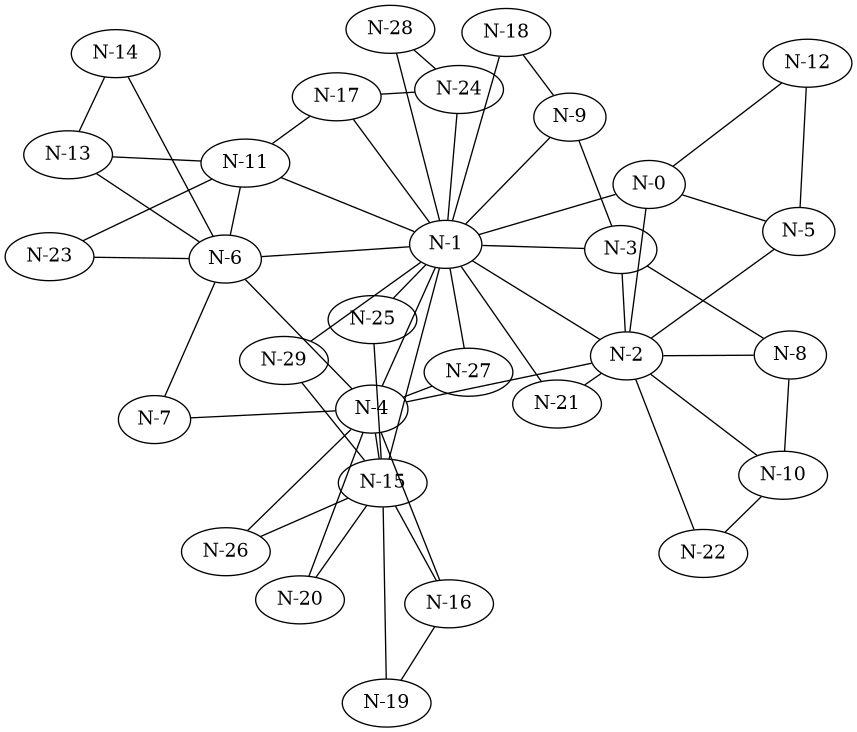
Earlier version of the Graphviz export doc/30-nodos/Grafo-Dorogovtsev-Mendes-No-Dirigido-n=30.png (ArielXL/daa-b25). Its source is kept beside it as doc/30-nodos/Grafo-Dorogovtsev-Mendes-No-Dirigido-n=30.dot. Source of this version:
```dot
graph G {
    "N-0";
    "N-1";
    "N-2";
    "N-3";
    "N-4";
    "N-5";
    "N-6";
    "N-7";
    "N-8";
    "N-9";
    "N-10";
    "N-11";
    "N-12";
    "N-13";
    "N-14";
    "N-15";
    "N-16";
    "N-17";
    "N-18";
    "N-19";
    "N-20";
    "N-21";
    "N-22";
    "N-23";
    "N-24";
    "N-25";
    "N-26";
    "N-27";
    "N-28";
    "N-29";
    "N-0" -- "N-1";
    "N-0" -- "N-2";
    "N-0" -- "N-5";
    "N-0" -- "N-12";
    "N-1" -- "N-2";
    "N-1" -- "N-3";
    "N-1" -- "N-4";
    "N-1" -- "N-6";
    "N-1" -- "N-9";
    "N-1" -- "N-11";
    "N-1" -- "N-15";
    "N-1" -- "N-17";
    "N-1" -- "N-18";
    "N-1" -- "N-21";
    "N-1" -- "N-24";
    "N-1" -- "N-25";
    "N-1" -- "N-27";
    "N-1" -- "N-28";
    "N-1" -- "N-29";
    "N-2" -- "N-3";
    "N-2" -- "N-4";
    "N-2" -- "N-5";
    "N-2" -- "N-8";
    "N-2" -- "N-10";
    "N-2" -- "N-21";
    "N-2" -- "N-22";
    "N-3" -- "N-8";
    "N-3" -- "N-9";
    "N-4" -- "N-6";
    "N-4" -- "N-7";
    "N-4" -- "N-15";
    "N-4" -- "N-16";
    "N-4" -- "N-20";
    "N-4" -- "N-26";
    "N-4" -- "N-27";
    "N-5" -- "N-12";
    "N-6" -- "N-7";
    "N-6" -- "N-11";
    "N-6" -- "N-13";
    "N-6" -- "N-14";
    "N-6" -- "N-23";
    "N-8" -- "N-10";
    "N-9" -- "N-18";
    "N-10" -- "N-22";
    "N-11" -- "N-13";
    "N-11" -- "N-17";
    "N-11" -- "N-23";
    "N-13" -- "N-14";
    "N-15" -- "N-16";
    "N-15" -- "N-19";
    "N-15" -- "N-20";
    "N-15" -- "N-25";
    "N-15" -- "N-26";
    "N-15" -- "N-29";
    "N-16" -- "N-19";
    "N-17" -- "N-24";
    "N-24" -- "N-28";
}
```
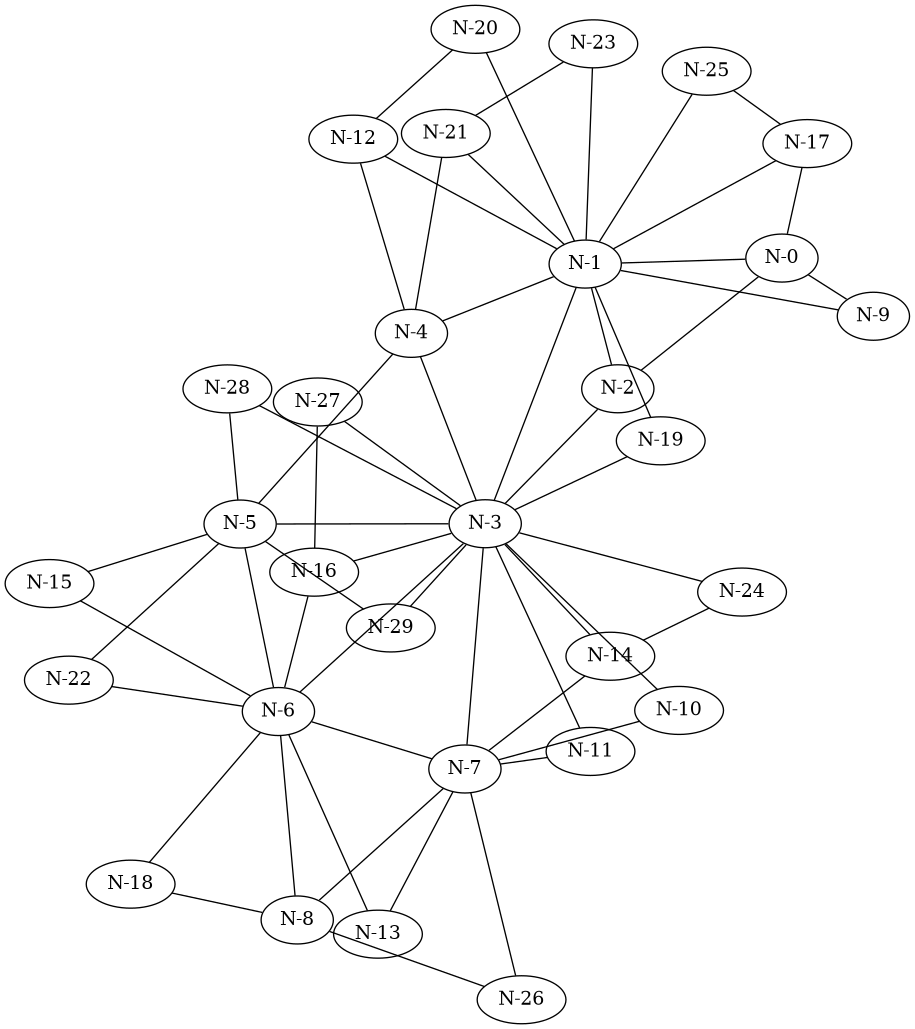
After the commit.

What changed in the source:
```diff
@@ -31,59 +31,59 @@
     "N-29";
     "N-0" -- "N-1";
     "N-0" -- "N-2";
-    "N-0" -- "N-5";
-    "N-0" -- "N-12";
+    "N-0" -- "N-9";
+    "N-0" -- "N-17";
     "N-1" -- "N-2";
     "N-1" -- "N-3";
     "N-1" -- "N-4";
-    "N-1" -- "N-6";
     "N-1" -- "N-9";
-    "N-1" -- "N-11";
-    "N-1" -- "N-15";
+    "N-1" -- "N-12";
     "N-1" -- "N-17";
-    "N-1" -- "N-18";
+    "N-1" -- "N-19";
+    "N-1" -- "N-20";
     "N-1" -- "N-21";
-    "N-1" -- "N-24";
+    "N-1" -- "N-23";
     "N-1" -- "N-25";
-    "N-1" -- "N-27";
-    "N-1" -- "N-28";
-    "N-1" -- "N-29";
     "N-2" -- "N-3";
-    "N-2" -- "N-4";
-    "N-2" -- "N-5";
-    "N-2" -- "N-8";
-    "N-2" -- "N-10";
-    "N-2" -- "N-21";
-    "N-2" -- "N-22";
-    "N-3" -- "N-8";
-    "N-3" -- "N-9";
-    "N-4" -- "N-6";
-    "N-4" -- "N-7";
-    "N-4" -- "N-15";
-    "N-4" -- "N-16";
-    "N-4" -- "N-20";
-    "N-4" -- "N-26";
-    "N-4" -- "N-27";
-    "N-5" -- "N-12";
+    "N-3" -- "N-4";
+    "N-3" -- "N-5";
+    "N-3" -- "N-6";
+    "N-3" -- "N-7";
+    "N-3" -- "N-10";
+    "N-3" -- "N-11";
+    "N-3" -- "N-14";
+    "N-3" -- "N-16";
+    "N-3" -- "N-19";
+    "N-3" -- "N-24";
+    "N-3" -- "N-27";
+    "N-3" -- "N-28";
+    "N-3" -- "N-29";
+    "N-4" -- "N-5";
+    "N-4" -- "N-12";
+    "N-4" -- "N-21";
+    "N-5" -- "N-6";
+    "N-5" -- "N-15";
+    "N-5" -- "N-22";
+    "N-5" -- "N-28";
+    "N-5" -- "N-29";
     "N-6" -- "N-7";
-    "N-6" -- "N-11";
+    "N-6" -- "N-8";
     "N-6" -- "N-13";
-    "N-6" -- "N-14";
-    "N-6" -- "N-23";
-    "N-8" -- "N-10";
-    "N-9" -- "N-18";
-    "N-10" -- "N-22";
-    "N-11" -- "N-13";
-    "N-11" -- "N-17";
-    "N-11" -- "N-23";
-    "N-13" -- "N-14";
-    "N-15" -- "N-16";
-    "N-15" -- "N-19";
-    "N-15" -- "N-20";
-    "N-15" -- "N-25";
-    "N-15" -- "N-26";
-    "N-15" -- "N-29";
-    "N-16" -- "N-19";
-    "N-17" -- "N-24";
-    "N-24" -- "N-28";
+    "N-6" -- "N-15";
+    "N-6" -- "N-16";
+    "N-6" -- "N-18";
+    "N-6" -- "N-22";
+    "N-7" -- "N-8";
+    "N-7" -- "N-10";
+    "N-7" -- "N-11";
+    "N-7" -- "N-13";
+    "N-7" -- "N-14";
+    "N-7" -- "N-26";
+    "N-8" -- "N-18";
+    "N-8" -- "N-26";
+    "N-12" -- "N-20";
+    "N-14" -- "N-24";
+    "N-16" -- "N-27";
+    "N-17" -- "N-25";
+    "N-21" -- "N-23";
 }
```
